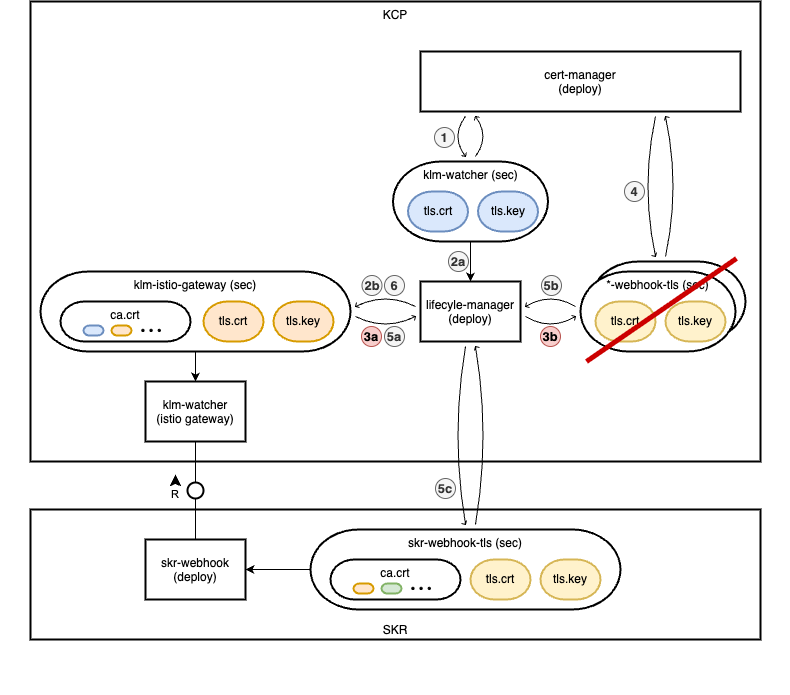
The draw.io diagram docs/contributor/assets/adr-007/watcher-certificates-3.png in kyma-project/lifecycle-manager, before a commit. Source tidied: cells renumbered, new cells last; positions are measured from the earlier drawing's top-left corner, leaving out a move shared by most shapes.
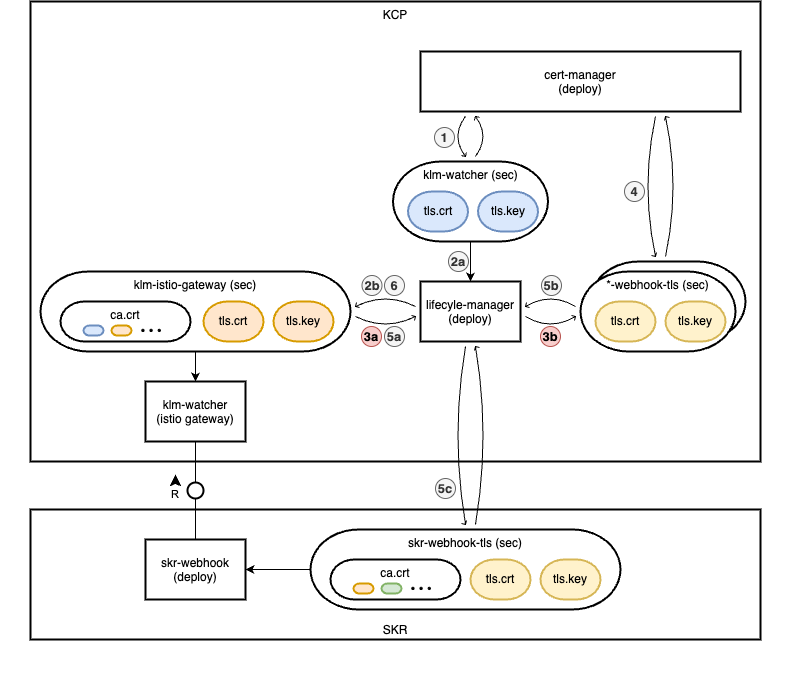
The same diagram one commit later.

Change to the diagram source:
```diff
@@ -167,11 +167,5 @@
     <mxCell id="56" style="rounded=0;whiteSpace=wrap;html=1;strokeColor=none;fillColor=none;" parent="1" vertex="1">
       <mxGeometry x="770" width="20" height="60" as="geometry" />
     </mxCell>
-    <mxCell id="57" style="endArrow=none;html=1;strokeWidth=5;strokeColor=#CC0000;" parent="1" edge="1">
-      <mxGeometry relative="1" as="geometry">
-        <mxPoint x="586" y="360" as="sourcePoint" />
-        <mxPoint x="736" y="257" as="targetPoint" />
-      </mxGeometry>
-    </mxCell>
   </root>
 </mxGraphModel>
```
